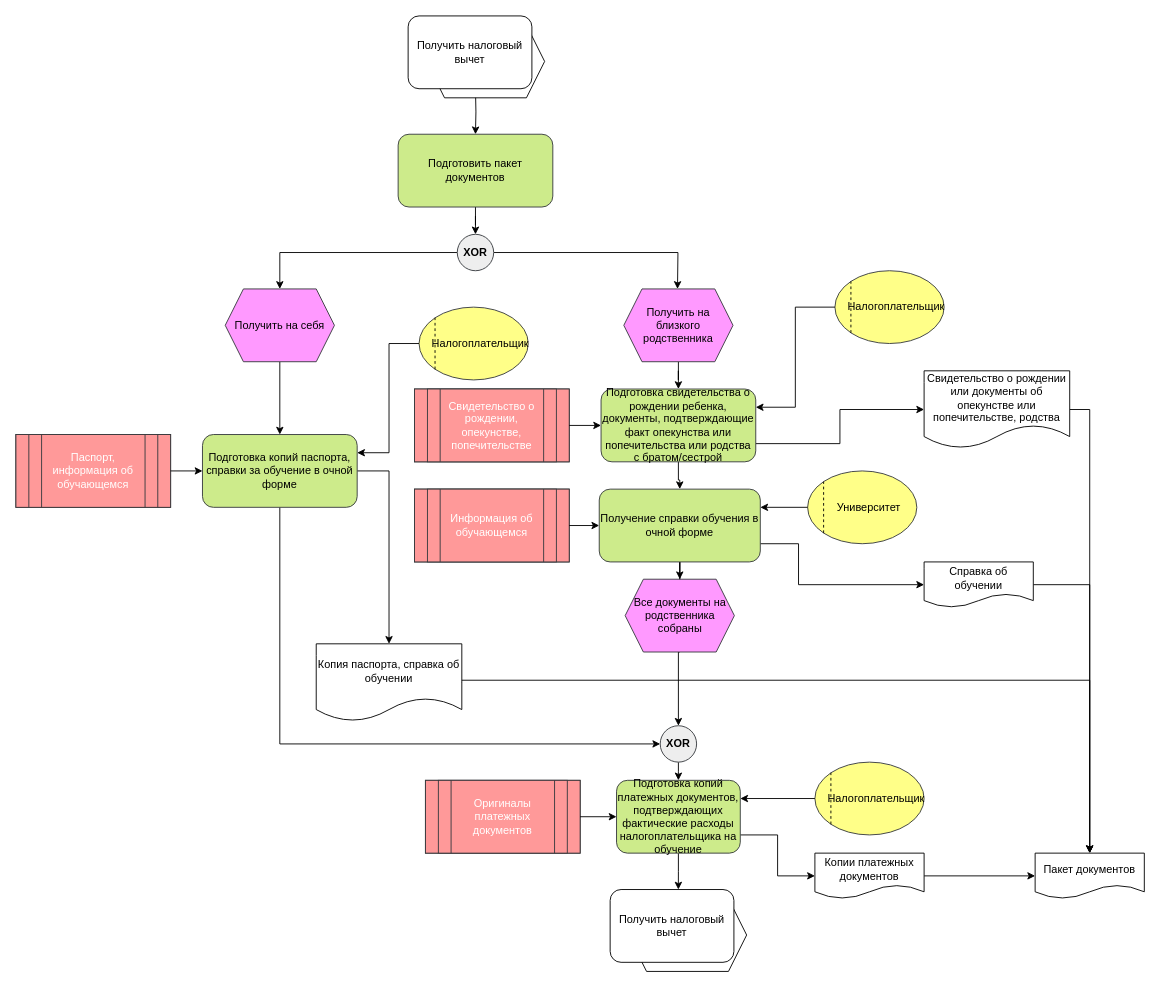
Above: page "Page-3" (3 of 3) of LR3.drawio in DMfananddu/ERP (draw.io), before the change. Source tidied: cells renumbered, new cells numbered last; positions are measured from the earlier drawing's top-left corner, leaving out a move shared by most shapes. Both pictures are drawn from the tidied source at 91%, with x=0, y=0 at pixel (15, 15).
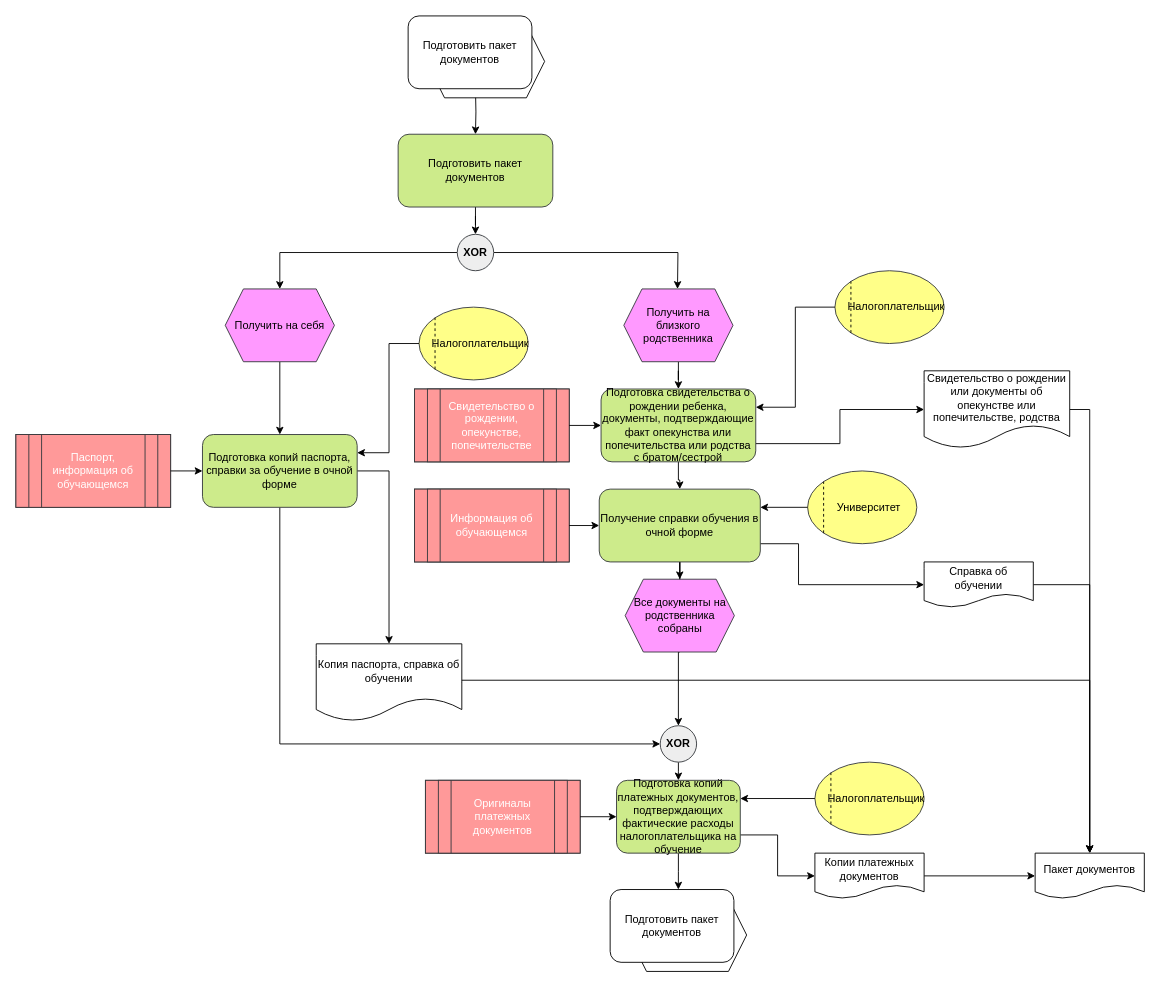
The same page after the edit.

Diff of the diagram source:
```diff
@@
-    <mxCell id="70" value="&lt;span style=&quot;font-family: &amp;#34;calibri&amp;#34;&quot;&gt;Получить налоговый&lt;/span&gt;&lt;br style=&quot;font-family: &amp;#34;calibri&amp;#34;&quot;&gt;&lt;span style=&quot;font-family: &amp;#34;calibri&amp;#34;&quot;&gt;вычет&lt;/span&gt;" style="rounded=1;whiteSpace=wrap;html=1;" parent="1" vertex="1">
+    <mxCell id="70" value="&lt;font face=&quot;calibri&quot;&gt;Подготовить пакет документов&lt;/font&gt;" style="rounded=1;whiteSpace=wrap;html=1;" parent="1" vertex="1">
       <mxGeometry x="431" width="136" height="80" as="geometry" />
     </mxCell>
@@
-    <mxCell id="72" value="&lt;span style=&quot;font-family: &amp;#34;calibri&amp;#34;&quot;&gt;Получить налоговый&lt;/span&gt;&lt;br style=&quot;font-family: &amp;#34;calibri&amp;#34;&quot;&gt;&lt;span style=&quot;font-family: &amp;#34;calibri&amp;#34;&quot;&gt;вычет&lt;/span&gt;" style="rounded=1;whiteSpace=wrap;html=1;" parent="1" vertex="1">
+    <mxCell id="72" value="&lt;font face=&quot;calibri&quot;&gt;Подготовить пакет документов&lt;/font&gt;" style="rounded=1;whiteSpace=wrap;html=1;" parent="1" vertex="1">
       <mxGeometry x="653" y="960" width="136" height="80" as="geometry" />
     </mxCell>
```
